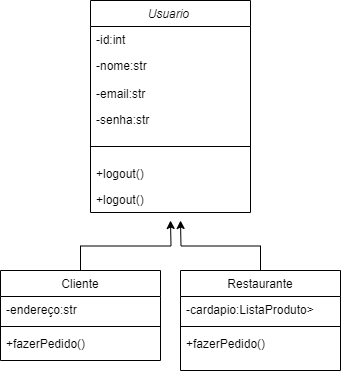
luisfelipesantiago/Diagrama-de-classes keeps this draw.io diagram as Diagrama de classes DSC.png. Above is the earlier version. Source tidied: cells renumbered, new cells last; positions are measured from the earlier drawing's top-left corner, leaving out a move shared by most shapes.
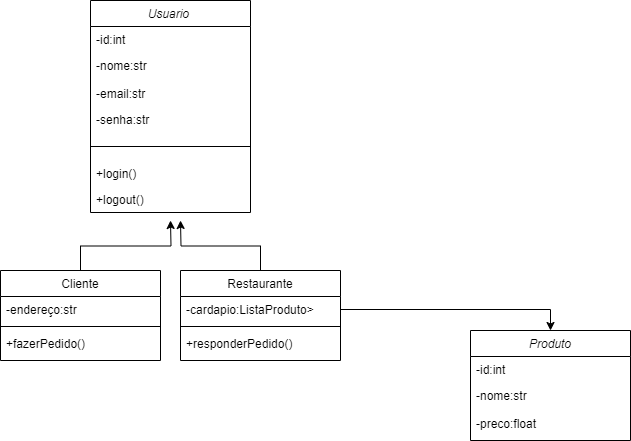
The same file after the commit.

What changed in the source:
```diff
@@ -20,12 +20,12 @@
     <mxCell id="7" style="line;html=1;strokeWidth=1;align=left;verticalAlign=middle;spacingTop=-1;spacingLeft=3;spacingRight=3;labelPosition=right;" parent="2" vertex="1">
       <mxGeometry y="132" width="160" height="28" as="geometry" />
     </mxCell>
+    <mxCell id="9" value="+login()" style="text;align=left;verticalAlign=top;spacingLeft=4;spacingRight=4;overflow=hidden;rounded=0;shadow=0;html=0;" parent="2" vertex="1">
+      <mxGeometry y="160" width="160" height="26" as="geometry" />
+    </mxCell>
     <mxCell id="8" value="+logout()" style="text;align=left;verticalAlign=top;spacingLeft=4;spacingRight=4;overflow=hidden;rounded=0;shadow=0;html=0;" parent="2" vertex="1">
-      <mxGeometry y="160" width="160" height="26" as="geometry" />
+      <mxGeometry y="186" width="160" height="26" as="geometry" />
     </mxCell>
-    <mxCell id="9" value="+logout()" style="text;align=left;verticalAlign=top;spacingLeft=4;spacingRight=4;overflow=hidden;rounded=0;shadow=0;html=0;" parent="2" vertex="1">
-      <mxGeometry y="186" width="160" height="26" as="geometry" />
-    </mxCell>
     <mxCell id="10" style="edgeStyle=orthogonalEdgeStyle;rounded=0;jettySize=auto;html=1;exitX=0.5;exitY=0;exitDx=0;exitDy=0;" parent="1" edge="1" source="11">
       <mxGeometry relative="1" as="geometry">
         <mxPoint x="170" y="220" as="targetPoint" />
@@ -49,7 +49,7 @@
       </mxGeometry>
     </mxCell>
     <mxCell id="16" value="Restaurante" style="swimlane;fontStyle=0;align=center;verticalAlign=top;horizontal=1;startSize=26;rounded=0;shadow=0;strokeWidth=1;" parent="1" vertex="1">
-      <mxGeometry x="180" y="270" width="160" height="100" as="geometry" />
+      <mxGeometry x="180" y="270" width="160" height="90" as="geometry" />
     </mxCell>
     <mxCell id="17" value="-cardapio:ListaProduto&gt;" style="text;align=left;verticalAlign=top;spacingLeft=4;spacingRight=4;overflow=hidden;points=[[0,0.5],[1,0.5]];portConstraint=eastwest;" parent="16" vertex="1">
       <mxGeometry y="26" width="160" height="26" as="geometry" />
@@ -57,8 +57,23 @@
     <mxCell id="18" style="line;html=1;strokeWidth=1;align=left;verticalAlign=middle;spacingTop=-1;spacingLeft=3;spacingRight=3;labelPosition=right;" parent="16" vertex="1">
       <mxGeometry y="52" width="160" height="8" as="geometry" />
     </mxCell>
-    <mxCell id="19" value="+fazerPedido()" style="text;align=left;verticalAlign=top;spacingLeft=4;spacingRight=4;overflow=hidden;" parent="16" vertex="1">
+    <mxCell id="19" value="+responderPedido()" style="text;align=left;verticalAlign=top;spacingLeft=4;spacingRight=4;overflow=hidden;" parent="16" vertex="1">
       <mxGeometry y="60" width="160" height="20" as="geometry" />
     </mxCell>
+    <mxCell id="20" value="Produto" style="swimlane;fontStyle=2;align=center;verticalAlign=top;horizontal=1;startSize=26;rounded=0;shadow=0;strokeWidth=1;" parent="1" vertex="1">
+      <mxGeometry x="470" y="330" width="160" height="110" as="geometry" />
+    </mxCell>
+    <mxCell id="21" value="-id:int" style="text;align=left;verticalAlign=top;spacingLeft=4;spacingRight=4;overflow=hidden;" parent="20" vertex="1">
+      <mxGeometry y="26" width="160" height="26" as="geometry" />
+    </mxCell>
+    <mxCell id="22" value="-nome:str" style="text;align=left;verticalAlign=top;spacingLeft=4;spacingRight=4;overflow=hidden;rounded=0;shadow=0;html=0;" parent="20" vertex="1">
+      <mxGeometry y="52" width="160" height="28" as="geometry" />
+    </mxCell>
+    <mxCell id="23" value="-preco:float" style="text;align=left;verticalAlign=top;spacingLeft=4;spacingRight=4;overflow=hidden;rounded=0;shadow=0;html=0;" parent="20" vertex="1">
+      <mxGeometry y="80" width="160" height="26" as="geometry" />
+    </mxCell>
+    <mxCell id="24" style="edgeStyle=orthogonalEdgeStyle;rounded=0;jettySize=auto;html=1;exitX=1;exitY=0.5;exitDx=0;exitDy=0;entryX=0.5;entryY=0;entryDx=0;entryDy=0;" parent="1" edge="1" source="17" target="20">
+      <mxGeometry relative="1" as="geometry" />
+    </mxCell>
   </root>
 </mxGraphModel>
```
